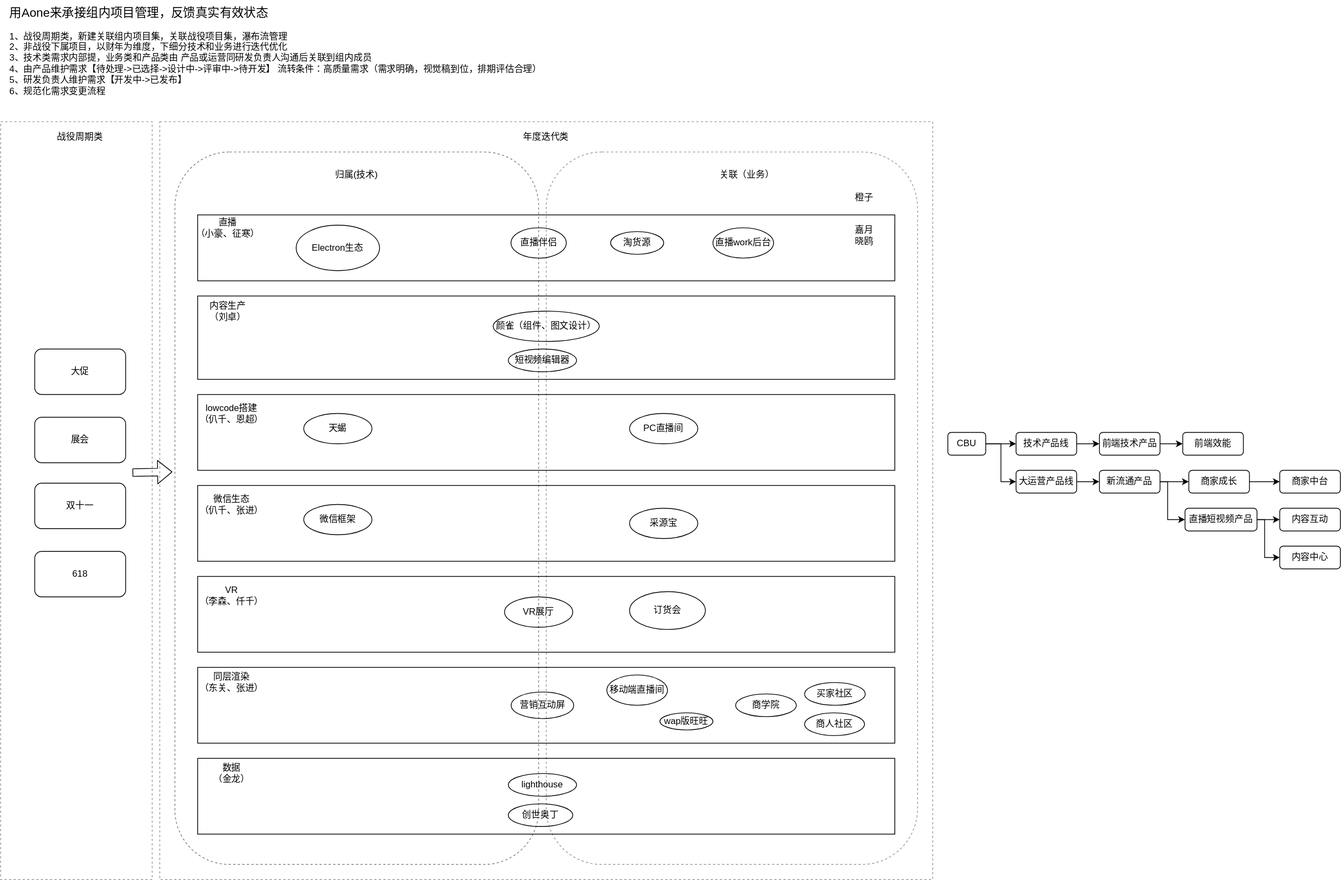
Before: project.svg, a diagram exported from draw.io (git-zhanglei/gitskills). Source tidied: cells renumbered, new cells last; positions are measured from the earlier drawing's top-left corner, leaving out a move shared by most shapes.
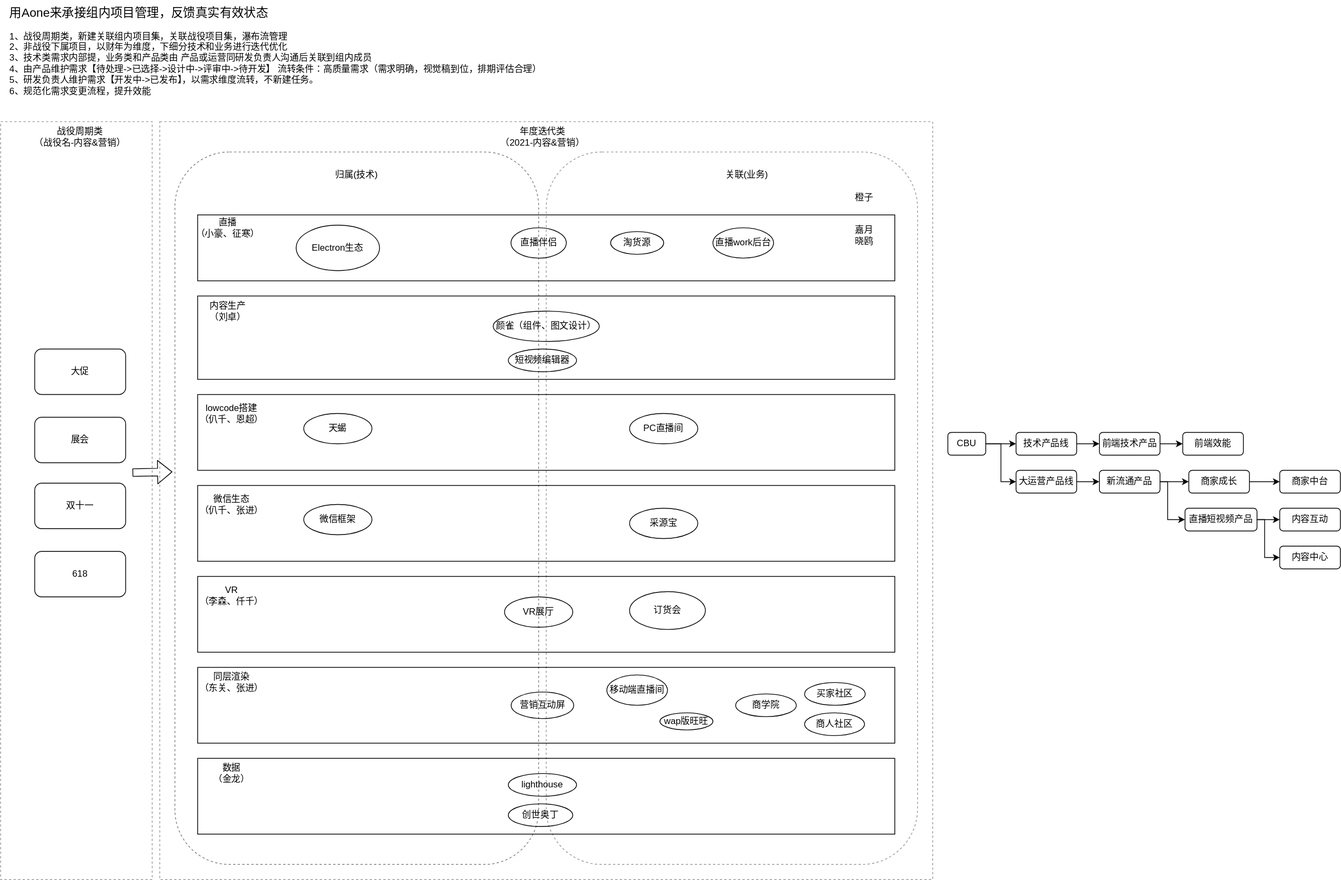
Later version of the same file.

Diff of the diagram source:
```diff
@@ -56,10 +56,10 @@
     <mxCell id="19" value="归属(技术)" style="text;html=1;strokeColor=none;fillColor=none;align=center;verticalAlign=middle;whiteSpace=wrap;rounded=0;" parent="1" vertex="1">
       <mxGeometry x="440" y="220" width="60" height="20" as="geometry" />
     </mxCell>
-    <mxCell id="20" value="关联（业务）" style="text;html=1;strokeColor=none;fillColor=none;align=center;verticalAlign=middle;whiteSpace=wrap;rounded=0;" parent="1" vertex="1">
+    <mxCell id="20" value="关联(业务)" style="text;html=1;strokeColor=none;fillColor=none;align=center;verticalAlign=middle;whiteSpace=wrap;rounded=0;" parent="1" vertex="1">
       <mxGeometry x="940" y="220" width="90" height="20" as="geometry" />
     </mxCell>
-    <mxCell id="21" value="&lt;font style=&quot;font-size: 16px&quot;&gt;用Aone来承接组内项目管理，反馈真实有效状态&lt;/font&gt;&lt;br&gt;&lt;br&gt;1、战役周期类，新建关联组内项目集，关联战役项目集，瀑布流管理&lt;br&gt;2、非战役下属项目，以财年为维度，下细分技术和业务进行迭代优化&lt;br&gt;3、技术类需求内部提，业务类和产品类由 产品或运营同研发负责人沟通后关联到组内成员&lt;br&gt;4、由产品维护需求【待处理-&amp;gt;已选择-&amp;gt;设计中-&amp;gt;评审中-&amp;gt;待开发】 流转条件：高质量需求（需求明确，视觉稿到位，排期评估合理）&lt;br&gt;5、研发负责人维护需求【开发中-&amp;gt;已发布】&lt;br&gt;6、规范化需求变更流程" style="text;html=1;strokeColor=none;fillColor=none;align=left;verticalAlign=top;whiteSpace=wrap;rounded=0;" parent="1" vertex="1">
+    <mxCell id="21" value="&lt;font style=&quot;font-size: 16px&quot;&gt;用Aone来承接组内项目管理，反馈真实有效状态&lt;/font&gt;&lt;br&gt;&lt;br&gt;1、战役周期类，新建关联组内项目集，关联战役项目集，瀑布流管理&lt;br&gt;2、非战役下属项目，以财年为维度，下细分技术和业务进行迭代优化&lt;br&gt;3、技术类需求内部提，业务类和产品类由 产品或运营同研发负责人沟通后关联到组内成员&lt;br&gt;4、由产品维护需求【待处理-&amp;gt;已选择-&amp;gt;设计中-&amp;gt;评审中-&amp;gt;待开发】 流转条件：高质量需求（需求明确，视觉稿到位，排期评估合理）&lt;br&gt;5、研发负责人维护需求【开发中-&amp;gt;已发布】，以需求维度流转，不新建任务。&lt;br&gt;6、规范化需求变更流程，提升效能" style="text;html=1;strokeColor=none;fillColor=none;align=left;verticalAlign=top;whiteSpace=wrap;rounded=0;" parent="1" vertex="1">
       <mxGeometry x="10" width="740" height="140" as="geometry" />
     </mxCell>
     <mxCell id="22" style="rounded=0;whiteSpace=wrap;html=1;fillColor=none;" parent="1" vertex="1">
@@ -92,11 +92,11 @@
     <mxCell id="31" style="rounded=0;whiteSpace=wrap;html=1;dashed=1;strokeColor=#999999;fillColor=none;align=left;" parent="1" vertex="1">
       <mxGeometry y="160" width="200" height="1000" as="geometry" />
     </mxCell>
-    <mxCell id="32" value="年度迭代类" style="text;html=1;strokeColor=none;fillColor=none;align=center;verticalAlign=middle;whiteSpace=wrap;rounded=0;" parent="1" vertex="1">
-      <mxGeometry x="685" y="170" width="70" height="20" as="geometry" />
+    <mxCell id="32" value="年度迭代类&lt;br&gt;（2021-内容&amp;amp;营销）" style="text;html=1;strokeColor=none;fillColor=none;align=center;verticalAlign=middle;whiteSpace=wrap;rounded=0;" parent="1" vertex="1">
+      <mxGeometry x="657.5" y="170" width="115" height="20" as="geometry" />
     </mxCell>
-    <mxCell id="33" value="战役周期类" style="text;html=1;strokeColor=none;fillColor=none;align=center;verticalAlign=middle;whiteSpace=wrap;rounded=0;" parent="1" vertex="1">
-      <mxGeometry x="70" y="170" width="70" height="20" as="geometry" />
+    <mxCell id="33" value="战役周期类&lt;br&gt;（战役名-内容&amp;amp;营销）" style="text;html=1;strokeColor=none;fillColor=none;align=center;verticalAlign=middle;whiteSpace=wrap;rounded=0;" parent="1" vertex="1">
+      <mxGeometry x="30" y="170" width="150" height="20" as="geometry" />
     </mxCell>
     <mxCell id="34" value="大促" style="rounded=1;whiteSpace=wrap;html=1;shadow=0;fillColor=none;align=center;" parent="1" vertex="1">
       <mxGeometry x="45" y="460" width="120" height="60" as="geometry" />
```
